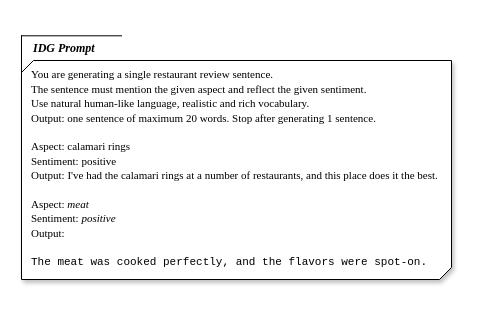
This is IDG_prompt.drawio from sara-kaczmarek/LLMB4ABSC, a draw.io file, before an edit. Source tidied: cells renumbered, new cells numbered last; positions are measured from the earlier drawing's top-left corner, leaving out a move shared by most shapes. Both pictures are drawn from the tidied source at 100%, with x=0, y=0 at pixel (21, 21).
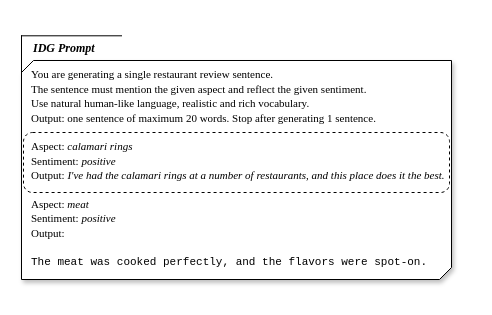
The same diagram, later.

Change to the diagram source:
```diff
@@
 <mxGraphModel>
   <root>
     <mxCell id="0" />
     <mxCell id="1" parent="0" />
     <mxCell id="2" style="verticalLabelPosition=bottom;verticalAlign=top;html=1;shape=mxgraph.basic.diag_snip_rect;dx=6;whiteSpace=wrap;shadow=1;" parent="1" vertex="1">
       <mxGeometry y="39" width="430" height="219" as="geometry" />
     </mxCell>
     <mxCell id="3" style="shape=partialRectangle;whiteSpace=wrap;html=1;bottom=0;right=0;fillColor=none;" parent="1" vertex="1">
       <mxGeometry y="14.3" width="100" height="37.8" as="geometry" />
     </mxCell>
-    <mxCell id="4" value="&lt;p style=&quot;&quot;&gt;&lt;br&gt;&lt;/p&gt;&lt;div style=&quot;&quot;&gt;&lt;span style=&quot;background-color: transparent;&quot;&gt;&lt;font face=&quot;Times New Roman&quot; style=&quot;font-size: 11px; color: light-dark(rgb(0, 0, 0), rgb(255, 255, 255));&quot;&gt;You are generating a single restaurant review sentence.&lt;/font&gt;&lt;/span&gt;&lt;/div&gt;&lt;div style=&quot;&quot;&gt;&lt;span style=&quot;background-color: transparent;&quot;&gt;&lt;font face=&quot;Times New Roman&quot; style=&quot;font-size: 11px; color: light-dark(rgb(0, 0, 0), rgb(255, 255, 255));&quot;&gt;The sentence must mention the given aspect and reflect the given sentiment.&amp;nbsp;&lt;/font&gt;&lt;/span&gt;&lt;/div&gt;&lt;div style=&quot;&quot;&gt;&lt;font face=&quot;Times New Roman&quot;&gt;&lt;span style=&quot;font-size: 11px;&quot;&gt;Use natural human-like language, realistic and rich vocabulary.&lt;/span&gt;&lt;/font&gt;&lt;/div&gt;&lt;div style=&quot;&quot;&gt;&lt;font face=&quot;Times New Roman&quot;&gt;&lt;span style=&quot;font-size: 11px;&quot;&gt;Output: one sentence of maximum 20 words. Stop after generating 1 sentence.&amp;nbsp;&lt;/span&gt;&lt;/font&gt;&lt;/div&gt;&lt;div style=&quot;&quot;&gt;&lt;br&gt;&lt;/div&gt;&lt;div style=&quot;&quot;&gt;&lt;font face=&quot;Times New Roman&quot;&gt;&lt;span style=&quot;font-size: 11px;&quot;&gt;Aspect: calamari rings&lt;/span&gt;&lt;/font&gt;&lt;/div&gt;&lt;div style=&quot;&quot;&gt;&lt;font face=&quot;Times New Roman&quot;&gt;&lt;span style=&quot;font-size: 11px;&quot;&gt;Sentiment: positive&lt;/span&gt;&lt;/font&gt;&lt;/div&gt;&lt;div style=&quot;&quot;&gt;&lt;font face=&quot;Times New Roman&quot;&gt;&lt;span style=&quot;font-size: 11px;&quot;&gt;Output: &lt;/span&gt;&lt;font style=&quot;font-size: 11px;&quot;&gt;I've had the calamari rings at a number of restaurants, and this place does it the best.&lt;/font&gt;&lt;/font&gt;&lt;/div&gt;&lt;div style=&quot;&quot;&gt;&lt;span style=&quot;background-color: transparent;&quot;&gt;&lt;font face=&quot;Times New Roman&quot; style=&quot;font-size: 11px; color: light-dark(rgb(0, 0, 0), rgb(255, 255, 255));&quot;&gt;&lt;br&gt;&lt;/font&gt;&lt;/span&gt;&lt;/div&gt;&lt;div style=&quot;&quot;&gt;&lt;div&gt;&lt;font face=&quot;Times New Roman&quot;&gt;&lt;span style=&quot;font-size: 11px;&quot;&gt;Aspect: &lt;i&gt;meat&lt;/i&gt;&lt;/span&gt;&lt;/font&gt;&lt;/div&gt;&lt;div&gt;&lt;font face=&quot;Times New Roman&quot;&gt;&lt;span style=&quot;font-size: 11px;&quot;&gt;Sentiment: &lt;i&gt;positive&lt;/i&gt;&lt;/span&gt;&lt;/font&gt;&lt;/div&gt;&lt;div&gt;&lt;font face=&quot;Times New Roman&quot;&gt;&lt;span style=&quot;font-size: 11px;&quot;&gt;Output:&lt;/span&gt;&lt;/font&gt;&lt;/div&gt;&lt;/div&gt;&lt;div style=&quot;&quot;&gt;&lt;br&gt;&lt;/div&gt;&lt;div&gt;&lt;font style=&quot;color: light-dark(rgb(0, 0, 0), rgb(255, 255, 255)); font-size: 11px;&quot; face=&quot;Courier New&quot;&gt;The meat was cooked perfectly, and the flavors were&amp;nbsp;&lt;/font&gt;&lt;span style=&quot;color: light-dark(rgb(0, 0, 0), rgb(255, 255, 255)); font-size: 11px; font-family: &amp;quot;Courier New&amp;quot;; background-color: transparent;&quot;&gt;spot-on.&lt;/span&gt;&lt;/div&gt;&lt;div&gt;&lt;div&gt;&lt;br&gt;&lt;/div&gt;&lt;/div&gt;" style="text;html=1;align=left;verticalAlign=middle;strokeColor=none;fillColor=none;shadow=1;" parent="1" vertex="1">
-      <mxGeometry x="7.5" width="430" height="270" as="geometry" />
+    <mxCell id="4" value="&lt;p style=&quot;&quot;&gt;&lt;br&gt;&lt;/p&gt;&lt;div style=&quot;&quot;&gt;&lt;span style=&quot;background-color: transparent;&quot;&gt;&lt;font face=&quot;Times New Roman&quot; style=&quot;font-size: 11px; color: light-dark(rgb(0, 0, 0), rgb(255, 255, 255));&quot;&gt;You are generating a single restaurant review sentence.&lt;/font&gt;&lt;/span&gt;&lt;/div&gt;&lt;div style=&quot;&quot;&gt;&lt;span style=&quot;background-color: transparent;&quot;&gt;&lt;font face=&quot;Times New Roman&quot; style=&quot;font-size: 11px; color: light-dark(rgb(0, 0, 0), rgb(255, 255, 255));&quot;&gt;The sentence must mention the given aspect and reflect the given sentiment.&amp;nbsp;&lt;/font&gt;&lt;/span&gt;&lt;/div&gt;&lt;div style=&quot;&quot;&gt;&lt;font face=&quot;Times New Roman&quot;&gt;&lt;span style=&quot;font-size: 11px;&quot;&gt;Use natural human-like language, realistic and rich vocabulary.&lt;/span&gt;&lt;/font&gt;&lt;/div&gt;&lt;div style=&quot;&quot;&gt;&lt;font face=&quot;Times New Roman&quot;&gt;&lt;span style=&quot;font-size: 11px;&quot;&gt;Output: one sentence of maximum 20 words. Stop after generating 1 sentence.&amp;nbsp;&lt;/span&gt;&lt;/font&gt;&lt;/div&gt;&lt;div style=&quot;&quot;&gt;&lt;br&gt;&lt;/div&gt;&lt;div style=&quot;&quot;&gt;&lt;font face=&quot;Times New Roman&quot;&gt;&lt;span style=&quot;font-size: 11px;&quot;&gt;Aspect: &lt;i&gt;calamari rings&lt;/i&gt;&lt;/span&gt;&lt;/font&gt;&lt;/div&gt;&lt;div style=&quot;&quot;&gt;&lt;font face=&quot;Times New Roman&quot;&gt;&lt;span style=&quot;font-size: 11px;&quot;&gt;Sentiment: &lt;i&gt;positive&lt;/i&gt;&lt;/span&gt;&lt;/font&gt;&lt;/div&gt;&lt;div style=&quot;&quot;&gt;&lt;font face=&quot;Times New Roman&quot;&gt;&lt;span style=&quot;font-size: 11px;&quot;&gt;Output:&lt;i&gt; &lt;/i&gt;&lt;/span&gt;&lt;font style=&quot;font-size: 11px;&quot;&gt;&lt;i&gt;I've had the calamari rings at a number of restaurants, and this place does it the best.&lt;/i&gt;&lt;/font&gt;&lt;/font&gt;&lt;/div&gt;&lt;div style=&quot;&quot;&gt;&lt;span style=&quot;background-color: transparent;&quot;&gt;&lt;font face=&quot;Times New Roman&quot; style=&quot;font-size: 11px; color: light-dark(rgb(0, 0, 0), rgb(255, 255, 255));&quot;&gt;&lt;br&gt;&lt;/font&gt;&lt;/span&gt;&lt;/div&gt;&lt;div style=&quot;&quot;&gt;&lt;div&gt;&lt;font face=&quot;Times New Roman&quot;&gt;&lt;span style=&quot;font-size: 11px;&quot;&gt;Aspect: &lt;i&gt;meat&lt;/i&gt;&lt;/span&gt;&lt;/font&gt;&lt;/div&gt;&lt;div&gt;&lt;font face=&quot;Times New Roman&quot;&gt;&lt;span style=&quot;font-size: 11px;&quot;&gt;Sentiment: &lt;i&gt;positive&lt;/i&gt;&lt;/span&gt;&lt;/font&gt;&lt;/div&gt;&lt;div&gt;&lt;font face=&quot;Times New Roman&quot;&gt;&lt;span style=&quot;font-size: 11px;&quot;&gt;Output:&lt;/span&gt;&lt;/font&gt;&lt;/div&gt;&lt;/div&gt;&lt;div style=&quot;&quot;&gt;&lt;br&gt;&lt;/div&gt;&lt;div&gt;&lt;font style=&quot;color: light-dark(rgb(0, 0, 0), rgb(255, 255, 255)); font-size: 11px;&quot; face=&quot;Courier New&quot;&gt;The meat was cooked perfectly, and the flavors were&amp;nbsp;&lt;/font&gt;&lt;span style=&quot;color: light-dark(rgb(0, 0, 0), rgb(255, 255, 255)); font-size: 11px; font-family: &amp;quot;Courier New&amp;quot;; background-color: transparent;&quot;&gt;spot-on.&lt;/span&gt;&lt;/div&gt;&lt;div&gt;&lt;div&gt;&lt;br&gt;&lt;/div&gt;&lt;/div&gt;" style="text;html=1;align=left;verticalAlign=middle;strokeColor=none;fillColor=none;shadow=1;" parent="1" vertex="1">
+      <mxGeometry x="7.5" width="440" height="270" as="geometry" />
     </mxCell>
     <mxCell id="5" value="&lt;b&gt;&lt;i&gt;&lt;font face=&quot;Times New Roman&quot;&gt;IDG Prompt&lt;/font&gt;&lt;/i&gt;&lt;/b&gt;" style="text;strokeColor=none;align=left;fillColor=none;html=1;verticalAlign=middle;whiteSpace=wrap;rounded=0;" parent="1" vertex="1">
       <mxGeometry x="10" y="11" width="99" height="32" as="geometry" />
     </mxCell>
+    <mxCell id="6" style="rounded=1;whiteSpace=wrap;html=1;dashed=1;fillColor=none;" parent="1" vertex="1">
+      <mxGeometry x="2" y="111" width="426" height="60" as="geometry" />
+    </mxCell>
   </root>
 </mxGraphModel>
```
